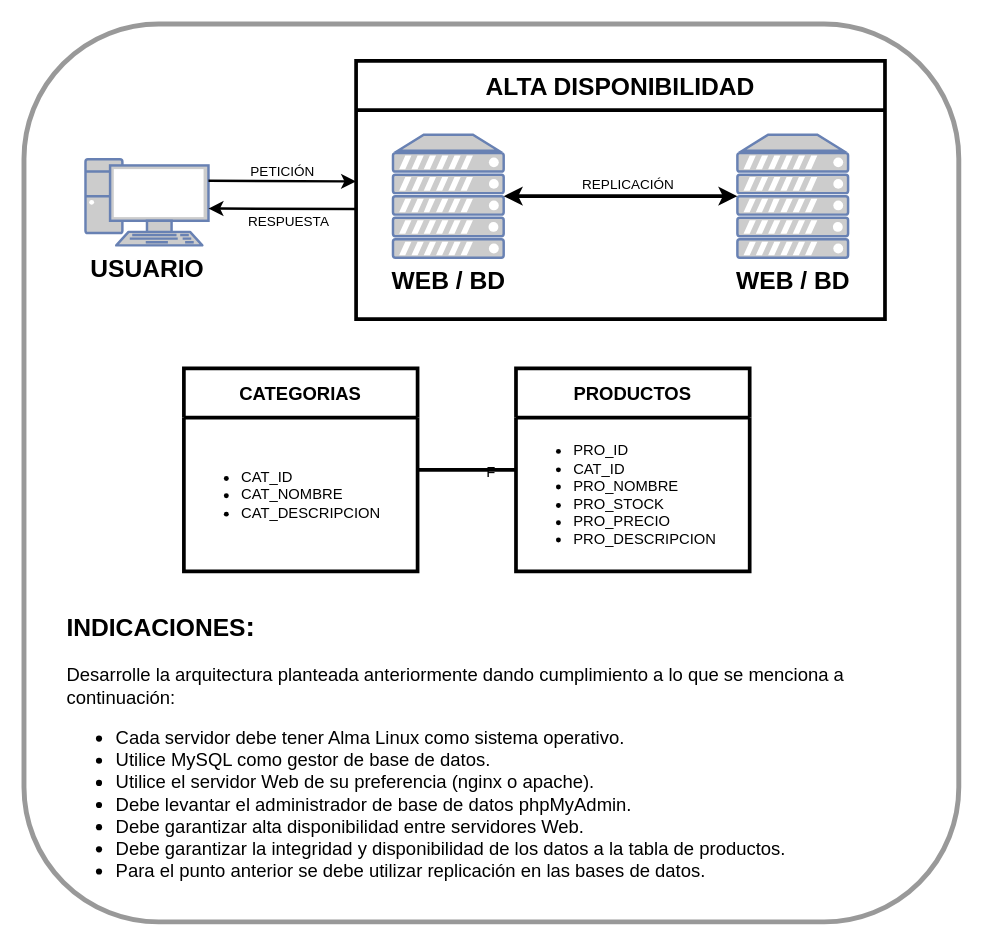
Before: Prueba_AD_1P_2323.drawio in santiagojara/DiagramasDrawio, a draw.io diagram. Source tidied: cells renumbered, new cells numbered last; positions are measured from the earlier drawing's top-left corner, leaving out a move shared by most shapes. Both pictures are drawn from the tidied source at 123%, with x=0, y=0 at pixel (23, 23).
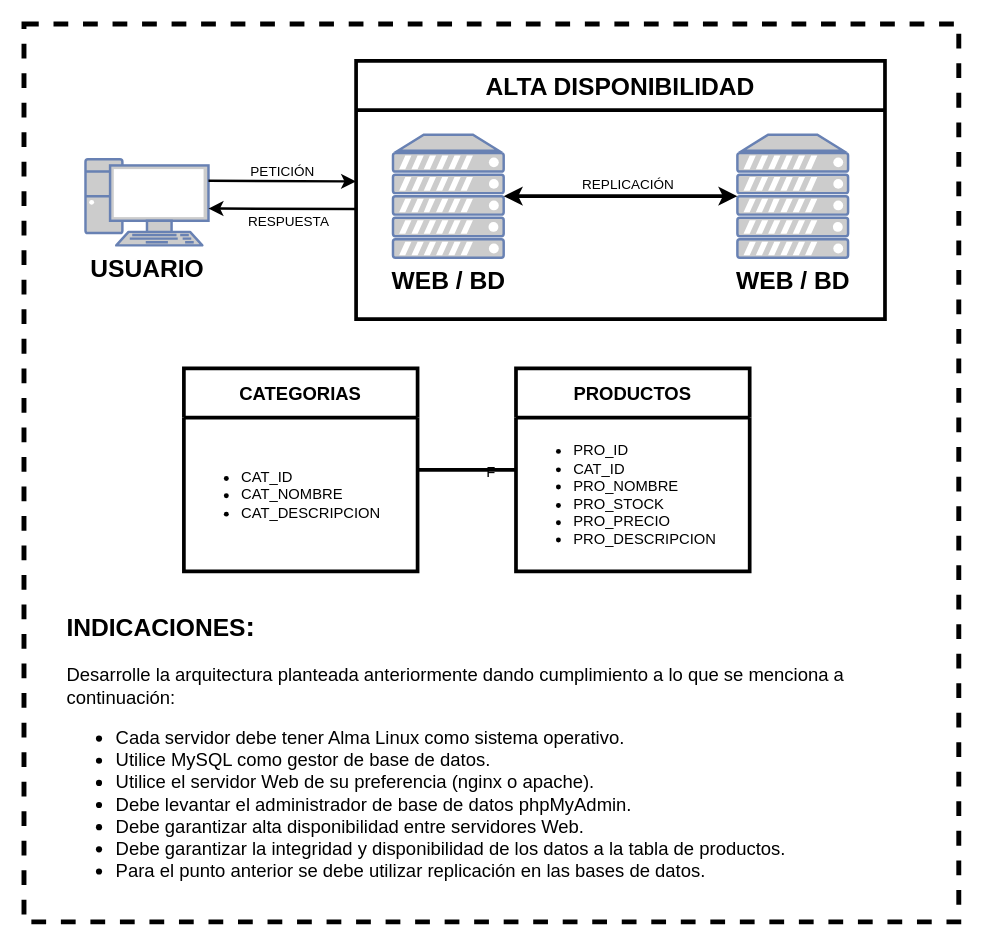
The same diagram, later.

Change to the diagram source:
```diff
@@
-    <mxCell id="2" value="F" style="rounded=1;whiteSpace=wrap;html=1;fillColor=none;strokeWidth=4;strokeColor=#000000;perimeterSpacing=0;opacity=40;glass=0;shadow=0;" parent="1" vertex="1">
+    <mxCell id="2" value="F" style="rounded=0;whiteSpace=wrap;html=1;fillColor=none;strokeWidth=4;strokeColor=#000000;perimeterSpacing=0;glass=0;shadow=0;dashed=1;" parent="1" vertex="1">
       <mxGeometry width="760" height="730" as="geometry" />
     </mxCell>
```
